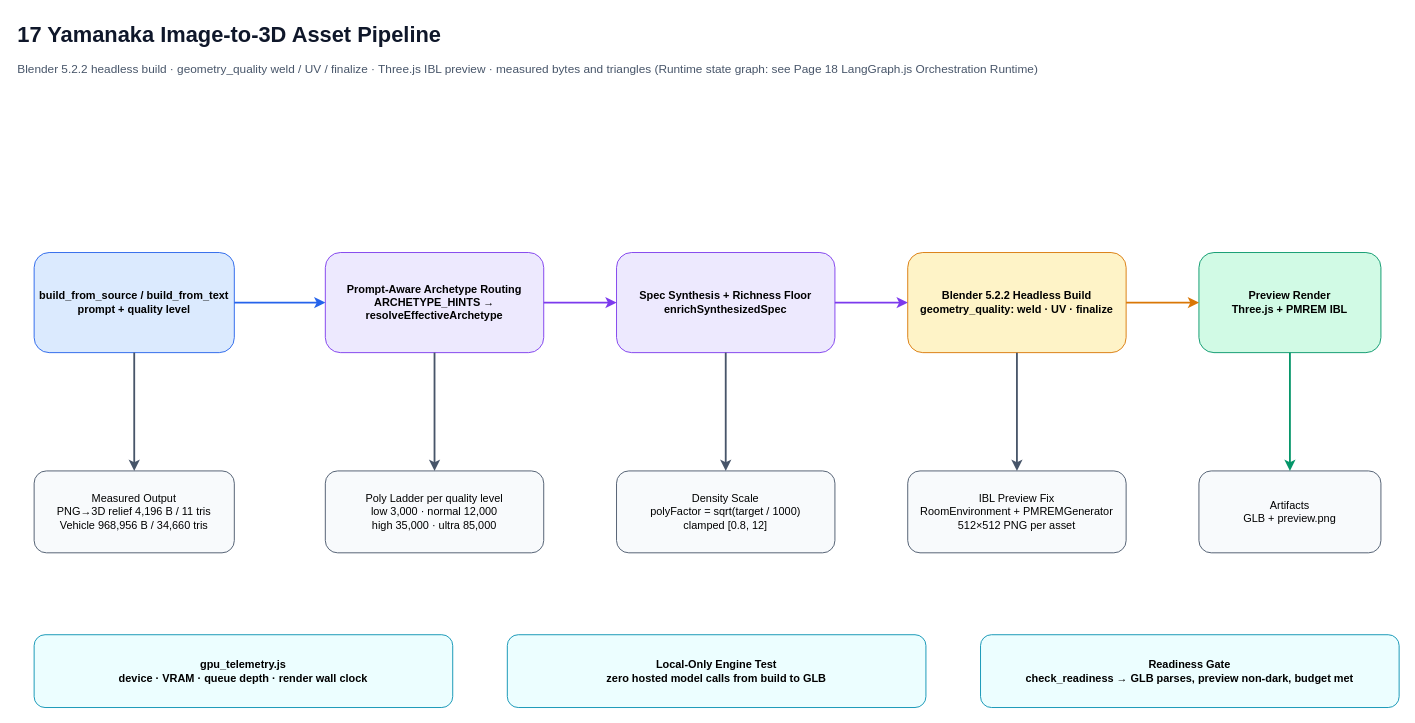
Before: page "17 Yamanaka Image-to-3D Asset Pipeline" (17 of 18) of docs/diagrams/konoha-architecture.drawio in andycungkrinx91/konoha, a draw.io diagram. Source tidied: cells renumbered, new cells numbered last; positions are measured from the earlier drawing's top-left corner, leaving out a move shared by most shapes. Both pictures are drawn from the tidied source at 91%, with x=0, y=0 at pixel (15, 15).
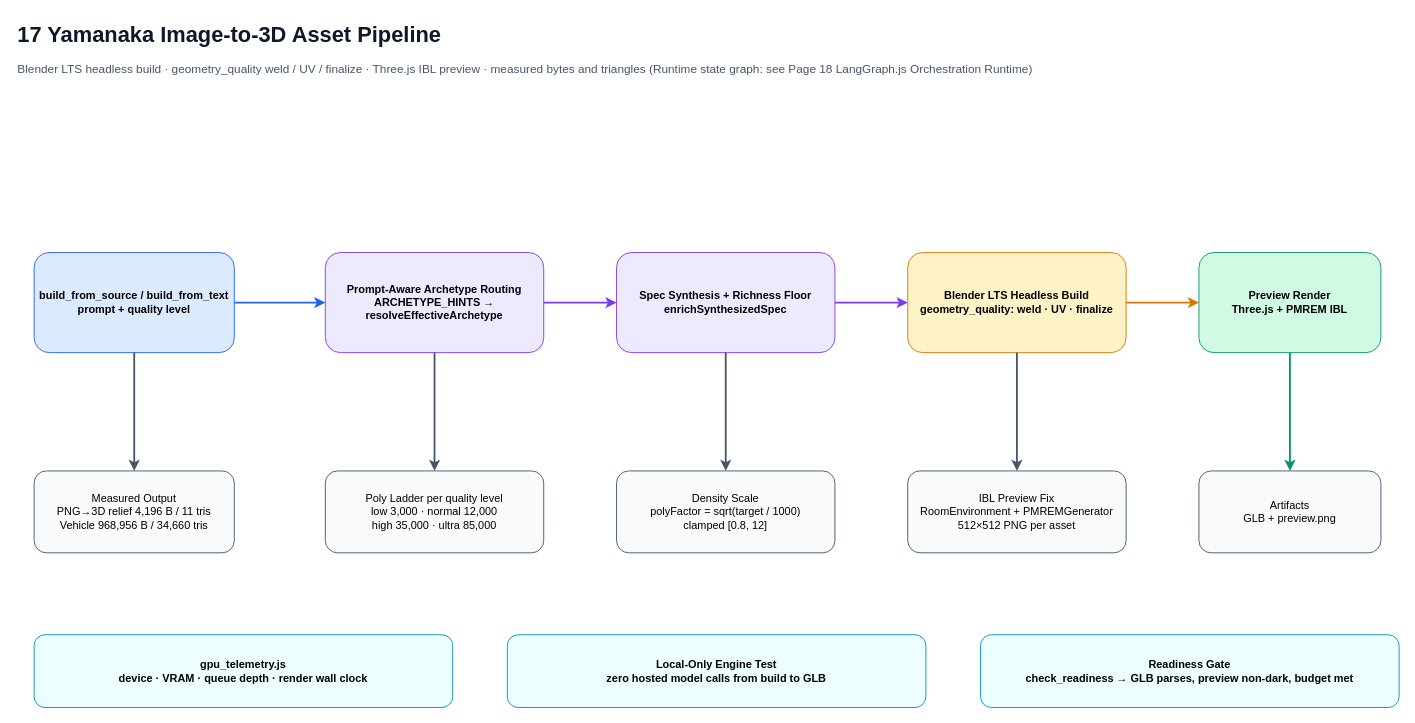
The same diagram, later.

The edit, as a diff of the source:
```diff
@@
-    <mxCell id="3" value="Blender 5.2.2 headless build · geometry_quality weld / UV / finalize · Three.js IBL preview · measured bytes and triangles (Runtime state graph: see Page 18 LangGraph.js Orchestration Runtime)" style="text;html=1;strokeColor=none;fillColor=none;fontColor=#475569;fontSize=13;fontStyle=0;align=left;" parent="1" vertex="1">
+    <mxCell id="3" value="Blender LTS headless build · geometry_quality weld / UV / finalize · Three.js IBL preview · measured bytes and triangles (Runtime state graph: see Page 18 LangGraph.js Orchestration Runtime)" style="text;html=1;strokeColor=none;fillColor=none;fontColor=#475569;fontSize=13;fontStyle=0;align=left;" parent="1" vertex="1">
       <mxGeometry y="44" width="1300" height="24" as="geometry" />
     </mxCell>
@@
-    <mxCell id="7" value="Blender 5.2.2 Headless Build&#10;geometry_quality: weld · UV · finalize" style="rounded=1;html=1;whiteSpace=wrap;fillColor=#fef3c7;strokeColor=#d97706;fontStyle=1;align=center;agent=yamanaka;" parent="1" vertex="1">
+    <mxCell id="7" value="Blender LTS Headless Build&#10;geometry_quality: weld · UV · finalize" style="rounded=1;html=1;whiteSpace=wrap;fillColor=#fef3c7;strokeColor=#d97706;fontStyle=1;align=center;agent=yamanaka;" parent="1" vertex="1">
       <mxGeometry x="980" y="260" width="240" height="110" as="geometry" />
     </mxCell>
```
